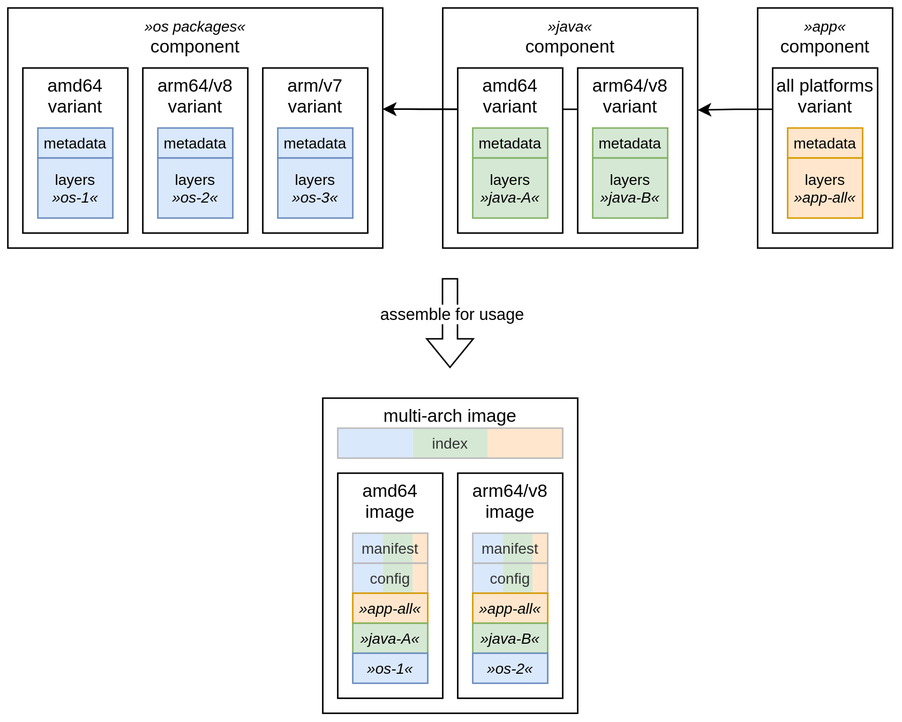
Above: docs/images/components-bundles-multi-arch.drawio.svg in SgtSilvio/gradle-oci (draw.io), before the change. Source tidied: cells renumbered, new cells last; positions are measured from the earlier drawing's top-left corner, leaving out a move shared by most shapes.
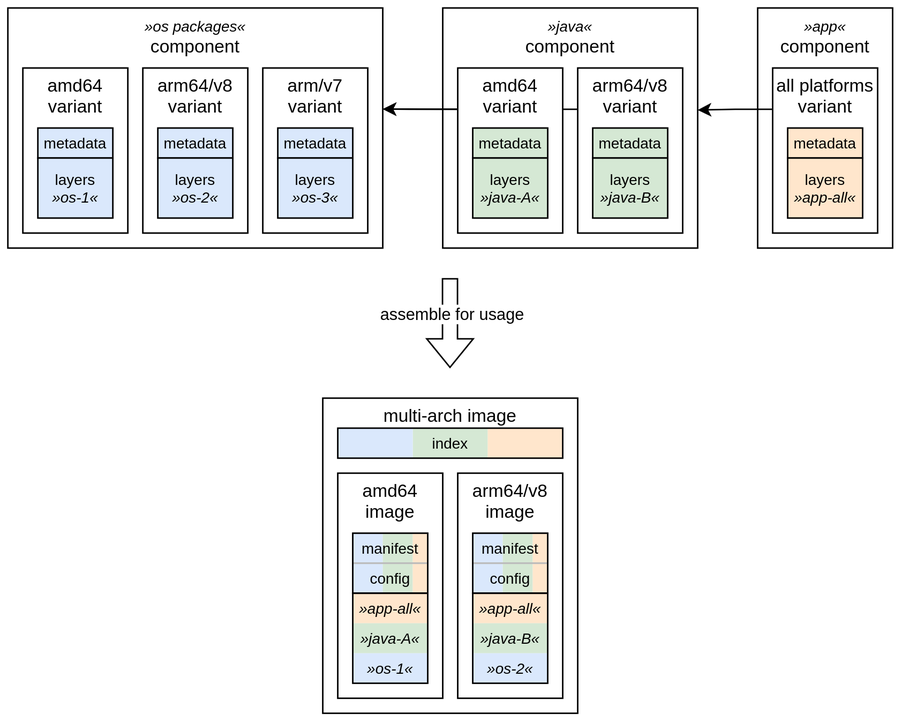
After the commit.

What changed in the source:
```diff
@@ -14,7 +14,7 @@
     <mxCell id="5" style="rounded=0;whiteSpace=wrap;html=1;fillColor=#dae8fc;strokeColor=none;" parent="1" vertex="1">
       <mxGeometry x="220" y="280" width="50" height="20" as="geometry" />
     </mxCell>
-    <mxCell id="6" value="&lt;font style=&quot;font-size: 10px;&quot;&gt;index&lt;/font&gt;" style="rounded=0;whiteSpace=wrap;html=1;verticalAlign=middle;spacing=2;fontSize=10;fillColor=none;fontColor=#333333;strokeColor=#BBBBBB;" parent="1" vertex="1">
+    <mxCell id="6" value="&lt;font style=&quot;font-size: 10px;&quot;&gt;index&lt;/font&gt;" style="rounded=0;whiteSpace=wrap;html=1;verticalAlign=middle;spacing=2;fontSize=10;fillColor=none;fontColor=default;strokeColor=default;" parent="1" vertex="1">
       <mxGeometry x="220" y="280" width="150" height="20" as="geometry" />
     </mxCell>
     <mxCell id="7" value="amd64&lt;br&gt;image" style="rounded=0;whiteSpace=wrap;html=1;verticalAlign=top;spacing=0;" parent="1" vertex="1">
@@ -59,16 +59,16 @@
     <mxCell id="20" style="rounded=0;whiteSpace=wrap;html=1;fillColor=#ffe6cc;strokeColor=none;" parent="1" vertex="1">
       <mxGeometry x="350" y="370" width="10" height="20" as="geometry" />
     </mxCell>
-    <mxCell id="21" value="config" style="rounded=0;whiteSpace=wrap;html=1;strokeColor=#BBBBBB;fillColor=none;verticalAlign=middle;fontSize=10;fontColor=#333333;" parent="1" vertex="1">
+    <mxCell id="21" value="config" style="rounded=0;whiteSpace=wrap;html=1;strokeColor=#BBBBBB;fillColor=none;verticalAlign=middle;fontSize=10;fontColor=default;" parent="1" vertex="1">
       <mxGeometry x="230" y="370" width="50" height="20" as="geometry" />
     </mxCell>
-    <mxCell id="22" value="manifest" style="rounded=0;whiteSpace=wrap;html=1;strokeColor=#BBBBBB;fillColor=none;verticalAlign=middle;fontSize=10;fontColor=#333333;" parent="1" vertex="1">
+    <mxCell id="22" value="manifest" style="rounded=0;whiteSpace=wrap;html=1;strokeColor=#BBBBBB;fillColor=none;verticalAlign=middle;fontSize=10;fontColor=default;" parent="1" vertex="1">
       <mxGeometry x="230" y="350" width="50" height="20" as="geometry" />
     </mxCell>
-    <mxCell id="23" value="config" style="rounded=0;whiteSpace=wrap;html=1;strokeColor=#BBBBBB;fillColor=none;verticalAlign=middle;fontSize=10;fontColor=#333333;" parent="1" vertex="1">
+    <mxCell id="23" value="config" style="rounded=0;whiteSpace=wrap;html=1;strokeColor=#BBBBBB;fillColor=none;verticalAlign=middle;fontSize=10;fontColor=default;" parent="1" vertex="1">
       <mxGeometry x="310" y="370" width="50" height="20" as="geometry" />
     </mxCell>
-    <mxCell id="24" value="manifest" style="rounded=0;whiteSpace=wrap;html=1;strokeColor=#BBBBBB;fillColor=none;verticalAlign=middle;fontSize=10;fontColor=#333333;" parent="1" vertex="1">
+    <mxCell id="24" value="manifest" style="rounded=0;whiteSpace=wrap;html=1;strokeColor=#BBBBBB;fillColor=none;verticalAlign=middle;fontSize=10;fontColor=default;" parent="1" vertex="1">
       <mxGeometry x="310" y="350" width="50" height="20" as="geometry" />
     </mxCell>
     <mxCell id="25" value="&lt;i style=&quot;border-color: var(--border-color); font-size: 10px;&quot;&gt;»app«&lt;/i&gt;&lt;br style=&quot;border-color: var(--border-color);&quot;&gt;component" style="rounded=0;whiteSpace=wrap;html=1;verticalAlign=top;horizontal=1;spacing=0;" parent="1" vertex="1">
@@ -77,10 +77,10 @@
     <mxCell id="26" value="all platforms&lt;br&gt;variant" style="rounded=0;whiteSpace=wrap;html=1;verticalAlign=top;spacing=0;" parent="1" vertex="1">
       <mxGeometry x="510" y="40" width="70" height="110" as="geometry" />
     </mxCell>
-    <mxCell id="27" value="metadata" style="rounded=0;whiteSpace=wrap;html=1;strokeColor=#d79b00;fillColor=#ffe6cc;verticalAlign=middle;fontSize=10;" parent="1" vertex="1">
+    <mxCell id="27" value="metadata" style="rounded=0;whiteSpace=wrap;html=1;strokeColor=default;fillColor=#ffe6cc;verticalAlign=middle;fontSize=10;" parent="1" vertex="1">
       <mxGeometry x="520" y="80" width="50" height="20" as="geometry" />
     </mxCell>
-    <mxCell id="28" value="layers&lt;br&gt;&lt;i style=&quot;border-color: var(--border-color);&quot;&gt;»app-all«&lt;/i&gt;" style="rounded=0;whiteSpace=wrap;html=1;strokeColor=#d79b00;fillColor=#ffe6cc;verticalAlign=middle;fontSize=10;" parent="1" vertex="1">
+    <mxCell id="28" value="layers&lt;br&gt;&lt;i style=&quot;border-color: var(--border-color);&quot;&gt;»app-all«&lt;/i&gt;" style="rounded=0;whiteSpace=wrap;html=1;strokeColor=default;fillColor=#ffe6cc;verticalAlign=middle;fontSize=10;" parent="1" vertex="1">
       <mxGeometry x="520" y="100" width="50" height="40" as="geometry" />
     </mxCell>
     <mxCell id="29" value="&lt;i style=&quot;border-color: var(--border-color); font-size: 10px;&quot;&gt;»java«&lt;br&gt;&lt;/i&gt;component" style="rounded=0;whiteSpace=wrap;html=1;verticalAlign=top;horizontal=1;spacing=0;" parent="1" vertex="1">
@@ -94,19 +94,19 @@
     <mxCell id="31" value="amd64&lt;br&gt;variant" style="rounded=0;whiteSpace=wrap;html=1;verticalAlign=top;spacing=0;" parent="1" vertex="1">
       <mxGeometry x="300" y="40" width="70" height="110" as="geometry" />
     </mxCell>
-    <mxCell id="32" value="metadata" style="rounded=0;whiteSpace=wrap;html=1;strokeColor=#82b366;fillColor=#d5e8d4;verticalAlign=middle;fontSize=10;" parent="1" vertex="1">
+    <mxCell id="32" value="metadata" style="rounded=0;whiteSpace=wrap;html=1;strokeColor=default;fillColor=#d5e8d4;verticalAlign=middle;fontSize=10;" parent="1" vertex="1">
       <mxGeometry x="310" y="80" width="50" height="20" as="geometry" />
     </mxCell>
-    <mxCell id="33" value="layers&lt;br&gt;&lt;i style=&quot;border-color: var(--border-color);&quot;&gt;»java-A«&lt;/i&gt;" style="rounded=0;whiteSpace=wrap;html=1;strokeColor=#82b366;fillColor=#d5e8d4;verticalAlign=middle;fontSize=10;" parent="1" vertex="1">
+    <mxCell id="33" value="layers&lt;br&gt;&lt;i style=&quot;border-color: var(--border-color);&quot;&gt;»java-A«&lt;/i&gt;" style="rounded=0;whiteSpace=wrap;html=1;strokeColor=default;fillColor=#d5e8d4;verticalAlign=middle;fontSize=10;" parent="1" vertex="1">
       <mxGeometry x="310" y="100" width="50" height="40" as="geometry" />
     </mxCell>
     <mxCell id="34" value="arm64/v8&lt;br&gt;variant" style="rounded=0;whiteSpace=wrap;html=1;verticalAlign=top;spacing=0;" parent="1" vertex="1">
       <mxGeometry x="380" y="40" width="70" height="110" as="geometry" />
     </mxCell>
-    <mxCell id="35" value="metadata" style="rounded=0;whiteSpace=wrap;html=1;strokeColor=#82b366;fillColor=#d5e8d4;verticalAlign=middle;fontSize=10;" parent="1" vertex="1">
+    <mxCell id="35" value="metadata" style="rounded=0;whiteSpace=wrap;html=1;strokeColor=default;fillColor=#d5e8d4;verticalAlign=middle;fontSize=10;" parent="1" vertex="1">
       <mxGeometry x="390" y="80" width="50" height="20" as="geometry" />
     </mxCell>
-    <mxCell id="36" value="layers&lt;br&gt;&lt;i style=&quot;border-color: var(--border-color);&quot;&gt;»java-B«&lt;/i&gt;" style="rounded=0;whiteSpace=wrap;html=1;strokeColor=#82b366;fillColor=#d5e8d4;verticalAlign=middle;fontSize=10;" parent="1" vertex="1">
+    <mxCell id="36" value="layers&lt;br&gt;&lt;i style=&quot;border-color: var(--border-color);&quot;&gt;»java-B«&lt;/i&gt;" style="rounded=0;whiteSpace=wrap;html=1;strokeColor=default;fillColor=#d5e8d4;verticalAlign=middle;fontSize=10;" parent="1" vertex="1">
       <mxGeometry x="390" y="100" width="50" height="40" as="geometry" />
     </mxCell>
     <mxCell id="37" value="&lt;i style=&quot;border-color: var(--border-color); font-size: 10px;&quot;&gt;»os packages«&lt;/i&gt;&lt;br style=&quot;border-color: var(--border-color);&quot;&gt;component" style="rounded=0;whiteSpace=wrap;html=1;verticalAlign=top;horizontal=1;spacing=0;" parent="1" vertex="1">
@@ -115,28 +115,28 @@
     <mxCell id="38" value="amd64&lt;br&gt;variant" style="rounded=0;whiteSpace=wrap;html=1;verticalAlign=top;spacing=0;" parent="1" vertex="1">
       <mxGeometry x="10" y="40" width="70" height="110" as="geometry" />
     </mxCell>
-    <mxCell id="39" value="metadata" style="rounded=0;whiteSpace=wrap;html=1;strokeColor=#6c8ebf;fillColor=#dae8fc;verticalAlign=middle;fontSize=10;" parent="1" vertex="1">
+    <mxCell id="39" value="metadata" style="rounded=0;whiteSpace=wrap;html=1;strokeColor=default;fillColor=#dae8fc;verticalAlign=middle;fontSize=10;" parent="1" vertex="1">
       <mxGeometry x="20" y="80" width="50" height="20" as="geometry" />
     </mxCell>
-    <mxCell id="40" value="layers&lt;br&gt;&lt;i&gt;»os-1«&lt;/i&gt;" style="rounded=0;whiteSpace=wrap;html=1;strokeColor=#6c8ebf;fillColor=#dae8fc;verticalAlign=middle;fontSize=10;" parent="1" vertex="1">
+    <mxCell id="40" value="layers&lt;br&gt;&lt;i&gt;»os-1«&lt;/i&gt;" style="rounded=0;whiteSpace=wrap;html=1;strokeColor=default;fillColor=#dae8fc;verticalAlign=middle;fontSize=10;" parent="1" vertex="1">
       <mxGeometry x="20" y="100" width="50" height="40" as="geometry" />
     </mxCell>
     <mxCell id="41" value="arm64/v8&lt;br&gt;variant" style="rounded=0;whiteSpace=wrap;html=1;verticalAlign=top;spacing=0;" parent="1" vertex="1">
       <mxGeometry x="90" y="40" width="70" height="110" as="geometry" />
     </mxCell>
-    <mxCell id="42" value="metadata" style="rounded=0;whiteSpace=wrap;html=1;strokeColor=#6c8ebf;fillColor=#dae8fc;verticalAlign=middle;fontSize=10;" parent="1" vertex="1">
+    <mxCell id="42" value="metadata" style="rounded=0;whiteSpace=wrap;html=1;strokeColor=default;fillColor=#dae8fc;verticalAlign=middle;fontSize=10;" parent="1" vertex="1">
       <mxGeometry x="100" y="80" width="50" height="20" as="geometry" />
     </mxCell>
-    <mxCell id="43" value="layers&lt;br&gt;&lt;span style=&quot;border-color: var(--border-color);&quot;&gt;&lt;i&gt;»os-2«&lt;/i&gt;&lt;/span&gt;" style="rounded=0;whiteSpace=wrap;html=1;strokeColor=#6c8ebf;fillColor=#dae8fc;verticalAlign=middle;fontSize=10;" parent="1" vertex="1">
+    <mxCell id="43" value="layers&lt;br&gt;&lt;span style=&quot;border-color: var(--border-color);&quot;&gt;&lt;i&gt;»os-2«&lt;/i&gt;&lt;/span&gt;" style="rounded=0;whiteSpace=wrap;html=1;strokeColor=default;fillColor=#dae8fc;verticalAlign=middle;fontSize=10;" parent="1" vertex="1">
       <mxGeometry x="100" y="100" width="50" height="40" as="geometry" />
     </mxCell>
     <mxCell id="44" value="arm/v7&lt;br&gt;variant" style="rounded=0;whiteSpace=wrap;html=1;verticalAlign=top;spacing=0;" parent="1" vertex="1">
       <mxGeometry x="170" y="40" width="70" height="110" as="geometry" />
     </mxCell>
-    <mxCell id="45" value="metadata" style="rounded=0;whiteSpace=wrap;html=1;strokeColor=#6c8ebf;fillColor=#dae8fc;verticalAlign=middle;fontSize=10;" parent="1" vertex="1">
+    <mxCell id="45" value="metadata" style="rounded=0;whiteSpace=wrap;html=1;strokeColor=default;fillColor=#dae8fc;verticalAlign=middle;fontSize=10;" parent="1" vertex="1">
       <mxGeometry x="180" y="80" width="50" height="20" as="geometry" />
     </mxCell>
-    <mxCell id="46" value="layers&lt;br&gt;&lt;span style=&quot;border-color: var(--border-color);&quot;&gt;&lt;i&gt;»os-3«&lt;/i&gt;&lt;/span&gt;" style="rounded=0;whiteSpace=wrap;html=1;strokeColor=#6c8ebf;fillColor=#dae8fc;verticalAlign=middle;fontSize=10;" parent="1" vertex="1">
+    <mxCell id="46" value="layers&lt;br&gt;&lt;span style=&quot;border-color: var(--border-color);&quot;&gt;&lt;i&gt;»os-3«&lt;/i&gt;&lt;/span&gt;" style="rounded=0;whiteSpace=wrap;html=1;strokeColor=default;fillColor=#dae8fc;verticalAlign=middle;fontSize=10;" parent="1" vertex="1">
       <mxGeometry x="180" y="100" width="50" height="40" as="geometry" />
     </mxCell>
     <mxCell id="47" style="shape=flexArrow;endArrow=classic;html=1;rounded=0;" parent="1" edge="1">
@@ -150,22 +150,22 @@
         <mxPoint x="1" y="4" as="offset" />
       </mxGeometry>
     </mxCell>
-    <mxCell id="49" value="&lt;i style=&quot;border-color: var(--border-color);&quot;&gt;»app-all«&lt;/i&gt;" style="rounded=0;whiteSpace=wrap;html=1;strokeColor=#d79b00;fillColor=#ffe6cc;verticalAlign=middle;fontSize=10;" parent="1" vertex="1">
+    <mxCell id="49" value="&lt;i style=&quot;border-color: var(--border-color);&quot;&gt;»app-all«&lt;/i&gt;" style="rounded=0;whiteSpace=wrap;html=1;strokeColor=none;fillColor=#ffe6cc;verticalAlign=middle;fontSize=10;" parent="1" vertex="1">
       <mxGeometry x="230" y="390" width="50" height="20" as="geometry" />
     </mxCell>
-    <mxCell id="50" value="&lt;i style=&quot;border-color: var(--border-color);&quot;&gt;»java-A«&lt;/i&gt;" style="rounded=0;whiteSpace=wrap;html=1;strokeColor=#82b366;fillColor=#d5e8d4;verticalAlign=middle;fontSize=10;" parent="1" vertex="1">
+    <mxCell id="50" value="&lt;i style=&quot;border-color: var(--border-color);&quot;&gt;»java-A«&lt;/i&gt;" style="rounded=0;whiteSpace=wrap;html=1;strokeColor=none;fillColor=#d5e8d4;verticalAlign=middle;fontSize=10;" parent="1" vertex="1">
       <mxGeometry x="230" y="410" width="50" height="20" as="geometry" />
     </mxCell>
-    <mxCell id="51" value="&lt;i style=&quot;border-color: var(--border-color);&quot;&gt;»os-1«&lt;/i&gt;" style="rounded=0;whiteSpace=wrap;html=1;strokeColor=#6c8ebf;fillColor=#dae8fc;verticalAlign=middle;fontSize=10;" parent="1" vertex="1">
+    <mxCell id="51" value="&lt;i style=&quot;border-color: var(--border-color);&quot;&gt;»os-1«&lt;/i&gt;" style="rounded=0;whiteSpace=wrap;html=1;strokeColor=none;fillColor=#dae8fc;verticalAlign=middle;fontSize=10;" parent="1" vertex="1">
       <mxGeometry x="230" y="430" width="50" height="20" as="geometry" />
     </mxCell>
-    <mxCell id="52" value="&lt;i style=&quot;border-color: var(--border-color);&quot;&gt;»app-all«&lt;/i&gt;" style="rounded=0;whiteSpace=wrap;html=1;strokeColor=#d79b00;fillColor=#ffe6cc;verticalAlign=middle;fontSize=10;" parent="1" vertex="1">
+    <mxCell id="52" value="&lt;i style=&quot;border-color: var(--border-color);&quot;&gt;»app-all«&lt;/i&gt;" style="rounded=0;whiteSpace=wrap;html=1;strokeColor=none;fillColor=#ffe6cc;verticalAlign=middle;fontSize=10;" parent="1" vertex="1">
       <mxGeometry x="310" y="390" width="50" height="20" as="geometry" />
     </mxCell>
-    <mxCell id="53" value="&lt;i style=&quot;border-color: var(--border-color);&quot;&gt;»java-B«&lt;/i&gt;" style="rounded=0;whiteSpace=wrap;html=1;strokeColor=#82b366;fillColor=#d5e8d4;verticalAlign=middle;fontSize=10;" parent="1" vertex="1">
+    <mxCell id="53" value="&lt;i style=&quot;border-color: var(--border-color);&quot;&gt;»java-B«&lt;/i&gt;" style="rounded=0;whiteSpace=wrap;html=1;strokeColor=none;fillColor=#d5e8d4;verticalAlign=middle;fontSize=10;" parent="1" vertex="1">
       <mxGeometry x="310" y="410" width="50" height="20" as="geometry" />
     </mxCell>
-    <mxCell id="54" value="&lt;i style=&quot;border-color: var(--border-color);&quot;&gt;»os-2«&lt;/i&gt;" style="rounded=0;whiteSpace=wrap;html=1;strokeColor=#6c8ebf;fillColor=#dae8fc;verticalAlign=middle;fontSize=10;" parent="1" vertex="1">
+    <mxCell id="54" value="&lt;i style=&quot;border-color: var(--border-color);&quot;&gt;»os-2«&lt;/i&gt;" style="rounded=0;whiteSpace=wrap;html=1;strokeColor=none;fillColor=#dae8fc;verticalAlign=middle;fontSize=10;" parent="1" vertex="1">
       <mxGeometry x="310" y="430" width="50" height="20" as="geometry" />
     </mxCell>
     <mxCell id="55" style="edgeStyle=orthogonalEdgeStyle;rounded=0;jettySize=auto;html=1;exitX=0;exitY=0.25;exitDx=0;exitDy=0;entryX=1;entryY=0.421;entryDx=0;entryDy=0;entryPerimeter=0;" parent="1" edge="1" source="31" target="37">
@@ -174,5 +174,17 @@
     <mxCell id="56" style="edgeStyle=orthogonalEdgeStyle;rounded=0;jettySize=auto;html=1;exitX=0;exitY=0.25;exitDx=0;exitDy=0;entryX=1;entryY=0.425;entryDx=0;entryDy=0;entryPerimeter=0;" parent="1" edge="1" source="26" target="29">
       <mxGeometry relative="1" as="geometry" />
     </mxCell>
+    <mxCell id="57" style="rounded=0;whiteSpace=wrap;html=1;fillColor=none;" parent="1" vertex="1">
+      <mxGeometry x="230" y="350" width="50" height="40" as="geometry" />
+    </mxCell>
+    <mxCell id="58" style="rounded=0;whiteSpace=wrap;html=1;fillColor=none;" parent="1" vertex="1">
+      <mxGeometry x="310" y="350" width="50" height="40" as="geometry" />
+    </mxCell>
+    <mxCell id="59" style="rounded=0;whiteSpace=wrap;html=1;fillColor=none;" parent="1" vertex="1">
+      <mxGeometry x="230" y="390" width="50" height="60" as="geometry" />
+    </mxCell>
+    <mxCell id="60" style="rounded=0;whiteSpace=wrap;html=1;fillColor=none;" parent="1" vertex="1">
+      <mxGeometry x="310" y="390" width="50" height="60" as="geometry" />
+    </mxCell>
   </root>
 </mxGraphModel>
```
